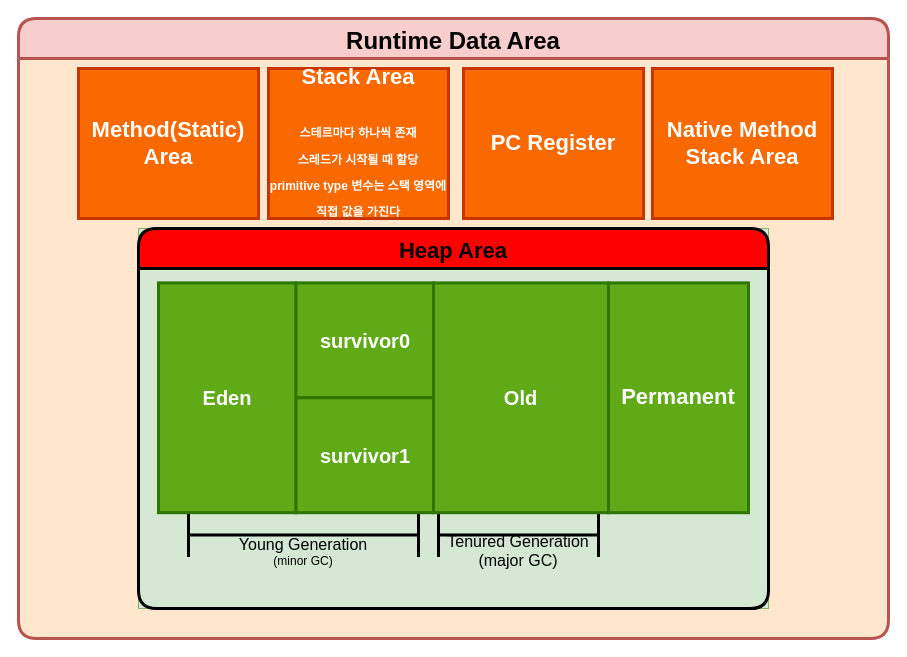
This is Untitled Diagram.drawio from dragontls123/mulcam, a draw.io file, before an edit. Source tidied: cells renumbered, new cells numbered last; positions are measured from the earlier drawing's top-left corner, leaving out a move shared by most shapes. Both pictures are drawn from the tidied source at 100%, with x=0, y=0 at pixel (18, 18).
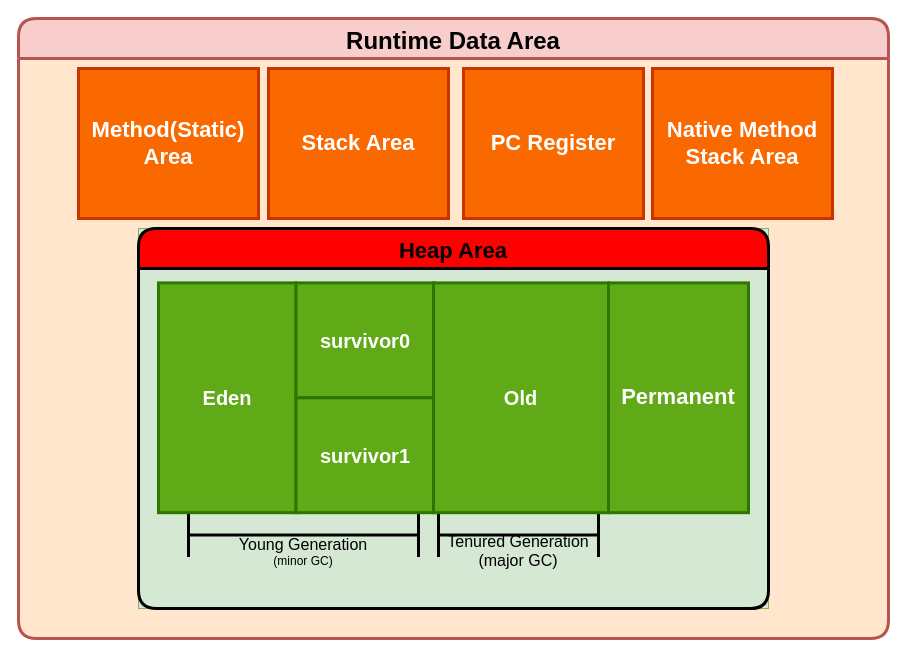
Above is the later version.

Change to the diagram source:
```diff
@@
 <mxGraphModel>
   <root>
     <mxCell id="0" />
     <mxCell id="1" parent="0" />
     <mxCell id="2" value="Runtime Data Area" style="swimlane;fillColor=#f8cecc;strokeColor=#b85450;strokeWidth=3;rounded=1;swimlaneLine=1;shadow=0;glass=0;sketch=0;separatorColor=none;swimlaneFillColor=#FFE6CC;fontSize=24;startSize=40;" parent="1" vertex="1">
       <mxGeometry width="870" height="620" as="geometry" />
     </mxCell>
     <mxCell id="3" value="&lt;b&gt;&lt;font style=&quot;font-size: 22px&quot;&gt;Method(Static) Area&lt;/font&gt;&lt;/b&gt;" style="rounded=0;whiteSpace=wrap;html=1;shadow=0;glass=0;sketch=0;strokeWidth=3;fillColor=#fa6800;strokeColor=#C73500;fontColor=#ffffff;" parent="2" vertex="1">
       <mxGeometry x="60" y="50" width="180" height="150" as="geometry" />
     </mxCell>
     <mxCell id="4" style="group;fillColor=#d5e8d4;strokeColor=#82b366;" parent="2" vertex="1">
       <mxGeometry x="120" y="210" width="630" height="380" as="geometry" />
     </mxCell>
     <mxCell id="5" value="Heap Area" style="swimlane;rounded=1;shadow=0;glass=0;sketch=0;strokeWidth=3;fillColor=#FF0000;startSize=40;fontSize=22;" parent="4" vertex="1">
       <mxGeometry width="630" height="380" as="geometry" />
     </mxCell>
     <mxCell id="6" value="&lt;div&gt;&lt;br&gt;&lt;/div&gt;&lt;div style=&quot;font-size: 16px&quot;&gt;&lt;br&gt;&lt;/div&gt;&lt;div style=&quot;font-size: 16px&quot;&gt;Tenured Generation&lt;/div&gt;&lt;div style=&quot;font-size: 16px&quot;&gt;(major GC)&lt;br&gt;&lt;/div&gt;" style="shape=crossbar;whiteSpace=wrap;html=1;rounded=1;shadow=0;glass=0;sketch=0;strokeWidth=3;" parent="5" vertex="1">
       <mxGeometry x="300" y="284.2" width="160" height="44.4" as="geometry" />
     </mxCell>
     <mxCell id="7" value="&lt;div&gt;&lt;br&gt;&lt;/div&gt;&lt;div style=&quot;font-size: 16px&quot;&gt;&lt;br&gt;&lt;/div&gt;&lt;div style=&quot;font-size: 16px&quot;&gt;Young Generation&lt;br&gt;&lt;/div&gt;&lt;div&gt;(minor GC)&lt;br&gt;&lt;/div&gt;" style="shape=crossbar;whiteSpace=wrap;html=1;rounded=1;shadow=0;glass=0;sketch=0;strokeWidth=3;" parent="5" vertex="1">
       <mxGeometry x="50" y="284.2" width="230" height="44.4" as="geometry" />
     </mxCell>
     <mxCell id="8" style="group;fillColor=#d5e8d4;strokeColor=#82b366;" parent="5" vertex="1">
       <mxGeometry x="20" y="54.4" width="590" height="229.8" as="geometry" />
     </mxCell>
     <mxCell id="9" value="&lt;font style=&quot;font-size: 20px&quot;&gt;&lt;b&gt;Eden&lt;/b&gt;&lt;/font&gt;" style="rounded=0;whiteSpace=wrap;html=1;shadow=0;glass=0;sketch=0;strokeWidth=3;fillColor=#60a917;strokeColor=#2D7600;fontColor=#ffffff;" parent="8" vertex="1">
       <mxGeometry width="137.5" height="229.8" as="geometry" />
     </mxCell>
     <mxCell id="10" value="&lt;font style=&quot;font-size: 20px&quot;&gt;&lt;b&gt;survivor0&lt;/b&gt;&lt;/font&gt;" style="rounded=0;whiteSpace=wrap;html=1;shadow=0;glass=0;sketch=0;strokeWidth=3;fillColor=#60a917;strokeColor=#2D7600;fontColor=#ffffff;" parent="8" vertex="1">
       <mxGeometry x="137.5" width="137.5" height="114.9" as="geometry" />
     </mxCell>
     <mxCell id="11" value="&lt;font style=&quot;font-size: 20px&quot;&gt;&lt;b&gt;&lt;font style=&quot;font-size: 20px&quot;&gt;survivor1&lt;/font&gt;&lt;/b&gt;&lt;/font&gt;" style="rounded=0;whiteSpace=wrap;html=1;shadow=0;glass=0;sketch=0;strokeWidth=3;fillColor=#60a917;strokeColor=#2D7600;fontColor=#ffffff;" parent="8" vertex="1">
       <mxGeometry x="137.5" y="114.9" width="137.5" height="114.9" as="geometry" />
     </mxCell>
     <mxCell id="12" value="&lt;font style=&quot;font-size: 20px&quot;&gt;&lt;b&gt;&lt;font style=&quot;font-size: 20px&quot;&gt;O&lt;span&gt;ld&lt;/span&gt;&lt;/font&gt;&lt;/b&gt;&lt;/font&gt;" style="rounded=0;whiteSpace=wrap;html=1;shadow=0;glass=0;sketch=0;strokeWidth=3;fillColor=#60a917;strokeColor=#2D7600;fontColor=#ffffff;" parent="8" vertex="1">
       <mxGeometry x="275" width="175" height="229.8" as="geometry" />
     </mxCell>
     <mxCell id="13" value="&lt;b&gt;&lt;font style=&quot;font-size: 22px&quot;&gt;Permanent&lt;/font&gt;&lt;/b&gt;" style="rounded=0;whiteSpace=wrap;html=1;shadow=0;glass=0;sketch=0;strokeWidth=3;fillColor=#60a917;strokeColor=#2D7600;fontColor=#ffffff;" parent="8" vertex="1">
       <mxGeometry x="450" width="140" height="229.8" as="geometry" />
     </mxCell>
     <mxCell id="14" value="&lt;font style=&quot;font-size: 22px&quot;&gt;&lt;b&gt;Native Method Stack Area&lt;/b&gt;&lt;/font&gt;" style="rounded=0;whiteSpace=wrap;html=1;shadow=0;glass=0;sketch=0;strokeWidth=3;fillColor=#fa6800;strokeColor=#C73500;fontColor=#ffffff;" parent="2" vertex="1">
       <mxGeometry x="634" y="50" width="180" height="150" as="geometry" />
     </mxCell>
     <mxCell id="15" value="&lt;font style=&quot;font-size: 22px&quot;&gt;&lt;b&gt;PC Register&lt;/b&gt;&lt;/font&gt;" style="rounded=0;whiteSpace=wrap;html=1;shadow=0;glass=0;sketch=0;strokeWidth=3;fillColor=#fa6800;strokeColor=#C73500;fontColor=#ffffff;" parent="2" vertex="1">
       <mxGeometry x="445" y="50" width="180" height="150" as="geometry" />
     </mxCell>
-    <mxCell id="16" value="&lt;div&gt;&lt;font style=&quot;font-size: 22px&quot;&gt;&lt;b&gt;Stack Area&lt;/b&gt;&lt;/font&gt;&lt;/div&gt;&lt;div&gt;&lt;font style=&quot;font-size: 22px&quot;&gt;&lt;b&gt;&lt;br&gt;&lt;/b&gt;&lt;/font&gt;&lt;/div&gt;&lt;div&gt;&lt;font style=&quot;font-size: 22px&quot;&gt;&lt;b&gt;&lt;font style=&quot;font-size: 12px&quot;&gt;스테르마다 하나씩 존재&lt;/font&gt;&lt;/b&gt;&lt;/font&gt;&lt;/div&gt;&lt;div&gt;&lt;font style=&quot;font-size: 22px&quot;&gt;&lt;b&gt;&lt;font style=&quot;font-size: 12px&quot;&gt;스레드가 시작될 때 할당&lt;/font&gt;&lt;/b&gt;&lt;/font&gt;&lt;/div&gt;&lt;div&gt;&lt;font style=&quot;font-size: 22px&quot;&gt;&lt;b&gt;&lt;font style=&quot;font-size: 12px&quot;&gt;primitive type 변수는 스택 영역에 직접 값을 가진다&lt;/font&gt;&lt;br&gt;&lt;/b&gt;&lt;/font&gt;&lt;/div&gt;" style="rounded=0;whiteSpace=wrap;html=1;shadow=0;glass=0;sketch=0;strokeWidth=3;fillColor=#fa6800;strokeColor=#C73500;fontColor=#ffffff;" parent="2" vertex="1">
+    <mxCell id="16" value="&lt;div&gt;&lt;font style=&quot;font-size: 22px&quot;&gt;&lt;b&gt;Stack Area&lt;/b&gt;&lt;/font&gt;&lt;/div&gt;" style="rounded=0;whiteSpace=wrap;html=1;shadow=0;glass=0;sketch=0;strokeWidth=3;fillColor=#fa6800;strokeColor=#C73500;fontColor=#ffffff;" parent="2" vertex="1">
       <mxGeometry x="250" y="50" width="180" height="150" as="geometry" />
     </mxCell>
   </root>
 </mxGraphModel>
```
